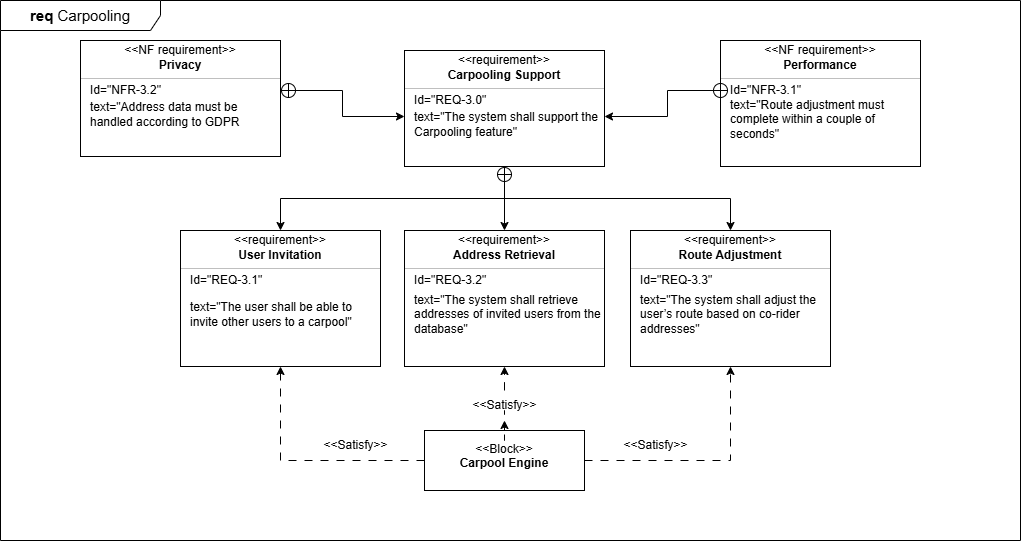
The draw.io diagram Diagrams/Requirement/Félix/Carpooling_requirement.png in luislamy/msp, before a commit. Source tidied: cells renumbered, new cells last; positions are measured from the earlier drawing's top-left corner, leaving out a move shared by most shapes.
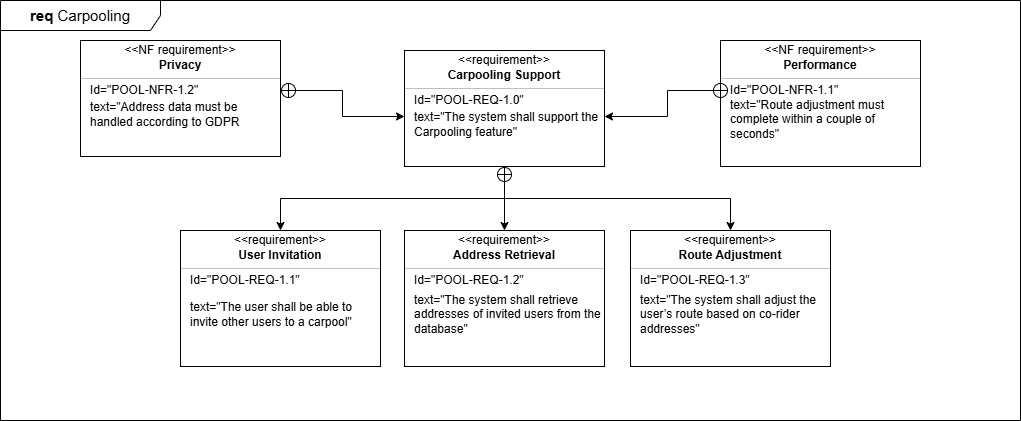
The same file after the commit.

What changed in the source:
```diff
@@ -3,7 +3,7 @@
     <mxCell id="0" />
     <mxCell id="1" parent="0" />
     <mxCell id="2" value="&lt;font style=&quot;font-size: 15px;&quot;&gt;&lt;b style=&quot;&quot;&gt;req &lt;/b&gt;Carpooling&lt;/font&gt;" style="shape=umlFrame;whiteSpace=wrap;html=1;width=160;" parent="1" vertex="1">
-      <mxGeometry width="1020" height="540" as="geometry" />
+      <mxGeometry width="1020" height="420" as="geometry" />
     </mxCell>
     <mxCell id="3" style="fontStyle=1;align=center;verticalAlign=middle;horizontal=1;" parent="2" vertex="1">
       <mxGeometry x="404" y="230" width="200" height="136" as="geometry" />
@@ -17,7 +17,7 @@
     <mxCell id="6" style="line;strokeWidth=0.25;fillColor=none;align=left;verticalAlign=middle;spacingTop=-1;spacingLeft=3;spacingRight=3;labelPosition=right;" parent="3" vertex="1">
       <mxGeometry y="34" width="200" height="8" as="geometry" />
     </mxCell>
-    <mxCell id="7" value="Id=&quot;&lt;span style=&quot;background-color: transparent;&quot;&gt;REQ-3.2&lt;/span&gt;&quot;" style="html=1;align=left;spacing=0;verticalAlign=middle;strokeColor=none;fillColor=none;whiteSpace=wrap;spacingLeft=10;" parent="3" vertex="1">
+    <mxCell id="7" value="Id=&quot;&lt;span style=&quot;color: rgb(0, 0, 0);&quot;&gt;POOL-&lt;/span&gt;&lt;span style=&quot;background-color: transparent;&quot;&gt;REQ-1.2&lt;/span&gt;&quot;" style="html=1;align=left;spacing=0;verticalAlign=middle;strokeColor=none;fillColor=none;whiteSpace=wrap;spacingLeft=10;" parent="3" vertex="1">
       <mxGeometry y="42" width="200" height="16" as="geometry" />
     </mxCell>
     <mxCell id="8" value="text=&quot;The system shall retrieve addresses of invited users from the database&quot;" style="html=1;align=left;spacing=0;verticalAlign=middle;strokeColor=none;fillColor=none;whiteSpace=wrap;spacingLeft=10;" parent="3" vertex="1">
@@ -38,7 +38,7 @@
     <mxCell id="13" style="line;strokeWidth=0.25;fillColor=none;align=left;verticalAlign=middle;spacingTop=-1;spacingLeft=3;spacingRight=3;labelPosition=right;" parent="10" vertex="1">
       <mxGeometry y="34" width="200" height="8" as="geometry" />
     </mxCell>
-    <mxCell id="14" value="Id=&quot;&lt;span style=&quot;background-color: transparent;&quot;&gt;REQ-3.3&lt;/span&gt;&quot;" style="html=1;align=left;spacing=0;verticalAlign=middle;strokeColor=none;fillColor=none;whiteSpace=wrap;spacingLeft=10;" parent="10" vertex="1">
+    <mxCell id="14" value="Id=&quot;&lt;span style=&quot;color: rgb(0, 0, 0);&quot;&gt;POOL-&lt;/span&gt;&lt;span style=&quot;background-color: transparent;&quot;&gt;REQ-1.3&lt;/span&gt;&quot;" style="html=1;align=left;spacing=0;verticalAlign=middle;strokeColor=none;fillColor=none;whiteSpace=wrap;spacingLeft=10;" parent="10" vertex="1">
       <mxGeometry y="42" width="200" height="16" as="geometry" />
     </mxCell>
     <mxCell id="15" value="text=&quot;The system shall adjust the user’s route based on co-rider addresses&quot;" style="html=1;align=left;spacing=0;verticalAlign=middle;strokeColor=none;fillColor=none;whiteSpace=wrap;spacingLeft=10;" parent="10" vertex="1">
@@ -47,27 +47,6 @@
     <mxCell id="16" style="html=1;align=center;spacing=0;verticalAlign=middle;strokeColor=none;fillColor=none;whiteSpace=wrap;" parent="10" vertex="1">
       <mxGeometry y="110" width="200" height="26" as="geometry" />
     </mxCell>
-    <mxCell id="17" style="edgeStyle=orthogonalEdgeStyle;rounded=0;jettySize=auto;html=1;entryX=0.5;entryY=1;entryDx=0;entryDy=0;dashed=1;dashPattern=8 8;" parent="2" edge="1" source="21" target="9">
-      <mxGeometry relative="1" as="geometry" />
-    </mxCell>
-    <mxCell id="18" style="edgeStyle=orthogonalEdgeStyle;rounded=0;jettySize=auto;html=1;entryX=0.5;entryY=1;entryDx=0;entryDy=0;dashed=1;dashPattern=8 8;" parent="2" edge="1" source="19" target="16">
-      <mxGeometry relative="1" as="geometry" />
-    </mxCell>
-    <mxCell id="19" value="&lt;p&gt;&amp;lt;&amp;lt;Block&amp;gt;&amp;gt;&lt;br&gt;&lt;b&gt;Carpool Engine&lt;/b&gt;&lt;/p&gt;" style="shape=rect;html=1;overflow=fill;whiteSpace=wrap;align=center;" parent="2" vertex="1">
-      <mxGeometry x="424" y="430" width="160" height="60" as="geometry" />
-    </mxCell>
-    <mxCell id="20" value="&amp;lt;&amp;lt;Satisfy&amp;gt;&amp;gt;" style="text;html=1;align=center;verticalAlign=middle;strokeColor=none;fillColor=none;" parent="2" vertex="1">
-      <mxGeometry x="310" y="430" width="90" height="30" as="geometry" />
-    </mxCell>
-    <mxCell id="21" value="&amp;lt;&amp;lt;Satisfy&amp;gt;&amp;gt;" style="text;html=1;align=center;verticalAlign=middle;points=[];strokeColor=none;fillColor=none;" parent="2" vertex="1">
-      <mxGeometry x="459" y="390" width="90" height="30" as="geometry" />
-    </mxCell>
-    <mxCell id="22" style="edgeStyle=orthogonalEdgeStyle;rounded=0;jettySize=auto;html=1;entryX=0.5;entryY=1;entryDx=0;entryDy=0;dashed=1;dashPattern=8 8;" parent="2" edge="1" source="19" target="21">
-      <mxGeometry relative="1" as="geometry" />
-    </mxCell>
-    <mxCell id="23" value="&amp;lt;&amp;lt;Satisfy&amp;gt;&amp;gt;" style="text;html=1;align=center;verticalAlign=middle;strokeColor=none;fillColor=none;" parent="2" vertex="1">
-      <mxGeometry x="610" y="430" width="90" height="30" as="geometry" />
-    </mxCell>
     <mxCell id="24" style="fontStyle=1;align=center;verticalAlign=middle;horizontal=1;" parent="1" vertex="1">
       <mxGeometry x="404" y="50" width="200" height="116" as="geometry" />
     </mxCell>
@@ -80,7 +59,7 @@
     <mxCell id="27" style="line;strokeWidth=0.25;fillColor=none;align=left;verticalAlign=middle;spacingTop=-1;spacingLeft=3;spacingRight=3;labelPosition=right;" parent="24" vertex="1">
       <mxGeometry y="34" width="200" height="8" as="geometry" />
     </mxCell>
-    <mxCell id="28" value="Id=&quot;&lt;span style=&quot;background-color: transparent;&quot;&gt;REQ-3.0&lt;/span&gt;&quot;" style="html=1;align=left;spacing=0;verticalAlign=middle;strokeColor=none;fillColor=none;whiteSpace=wrap;spacingLeft=10;" parent="24" vertex="1">
+    <mxCell id="28" value="Id=&quot;POOL-&lt;span style=&quot;background-color: transparent;&quot;&gt;REQ-1.0&lt;/span&gt;&quot;" style="html=1;align=left;spacing=0;verticalAlign=middle;strokeColor=none;fillColor=none;whiteSpace=wrap;spacingLeft=10;" parent="24" vertex="1">
       <mxGeometry y="42" width="200" height="16" as="geometry" />
     </mxCell>
     <mxCell id="29" value="text=&quot;The system shall support the Carpooling feature&quot;" style="html=1;align=left;spacing=0;verticalAlign=middle;strokeColor=none;fillColor=none;whiteSpace=wrap;spacingLeft=10;" parent="24" vertex="1">
@@ -101,7 +80,7 @@
     <mxCell id="34" style="line;strokeWidth=0.25;fillColor=none;align=left;verticalAlign=middle;spacingTop=-1;spacingLeft=3;spacingRight=3;labelPosition=right;" parent="31" vertex="1">
       <mxGeometry y="34" width="200" height="8" as="geometry" />
     </mxCell>
-    <mxCell id="35" value="Id=&quot;&lt;span style=&quot;background-color: transparent;&quot;&gt;REQ-3.1&lt;/span&gt;&quot;" style="html=1;align=left;spacing=0;verticalAlign=middle;strokeColor=none;fillColor=none;whiteSpace=wrap;spacingLeft=10;" parent="31" vertex="1">
+    <mxCell id="35" value="Id=&quot;&lt;span style=&quot;color: rgb(0, 0, 0);&quot;&gt;POOL-&lt;/span&gt;&lt;span style=&quot;background-color: transparent;&quot;&gt;REQ-1.1&lt;/span&gt;&quot;" style="html=1;align=left;spacing=0;verticalAlign=middle;strokeColor=none;fillColor=none;whiteSpace=wrap;spacingLeft=10;" parent="31" vertex="1">
       <mxGeometry y="42" width="200" height="16" as="geometry" />
     </mxCell>
     <mxCell id="36" value="text=&quot;The user shall be able to invite other users to a carpool&quot;" style="html=1;align=left;spacing=0;verticalAlign=middle;strokeColor=none;fillColor=none;whiteSpace=wrap;spacingLeft=10;" parent="31" vertex="1">
@@ -131,7 +110,7 @@
     <mxCell id="44" style="line;strokeWidth=0.25;fillColor=none;align=left;verticalAlign=middle;spacingTop=-1;spacingLeft=3;spacingRight=3;labelPosition=right;" parent="41" vertex="1">
       <mxGeometry y="34" width="200" height="8" as="geometry" />
     </mxCell>
-    <mxCell id="45" value="Id=&quot;&lt;span style=&quot;background-color: transparent;&quot;&gt;NFR-3.1&lt;/span&gt;&quot;" style="html=1;align=left;spacing=0;verticalAlign=middle;strokeColor=none;fillColor=none;whiteSpace=wrap;spacingLeft=10;" parent="41" vertex="1">
+    <mxCell id="45" value="Id=&quot;&lt;span style=&quot;color: rgb(0, 0, 0);&quot;&gt;POOL-&lt;/span&gt;&lt;span style=&quot;background-color: transparent;&quot;&gt;NFR-1.1&lt;/span&gt;&quot;" style="html=1;align=left;spacing=0;verticalAlign=middle;strokeColor=none;fillColor=none;whiteSpace=wrap;spacingLeft=10;" parent="41" vertex="1">
       <mxGeometry y="42" width="200" height="16" as="geometry" />
     </mxCell>
     <mxCell id="46" value="text=&quot;&lt;span style=&quot;background-color: transparent;&quot;&gt;Route adjustment must complete within a couple of seconds&lt;/span&gt;&lt;span style=&quot;background-color: transparent; color: light-dark(rgb(0, 0, 0), rgb(255, 255, 255));&quot;&gt;&quot;&lt;/span&gt;" style="html=1;align=left;spacing=0;verticalAlign=middle;strokeColor=none;fillColor=none;whiteSpace=wrap;spacingLeft=10;" parent="41" vertex="1">
@@ -152,7 +131,7 @@
     <mxCell id="51" style="line;strokeWidth=0.25;fillColor=none;align=left;verticalAlign=middle;spacingTop=-1;spacingLeft=3;spacingRight=3;labelPosition=right;" parent="48" vertex="1">
       <mxGeometry y="34" width="200" height="8" as="geometry" />
     </mxCell>
-    <mxCell id="52" value="Id=&quot;&lt;span style=&quot;background-color: transparent;&quot;&gt;NFR-3.2&lt;/span&gt;&quot;" style="html=1;align=left;spacing=0;verticalAlign=middle;strokeColor=none;fillColor=none;whiteSpace=wrap;spacingLeft=10;" parent="48" vertex="1">
+    <mxCell id="52" value="Id=&quot;&lt;span style=&quot;color: rgb(0, 0, 0);&quot;&gt;POOL-&lt;/span&gt;&lt;span style=&quot;background-color: transparent;&quot;&gt;NFR-1.2&lt;/span&gt;&quot;" style="html=1;align=left;spacing=0;verticalAlign=middle;strokeColor=none;fillColor=none;whiteSpace=wrap;spacingLeft=10;" parent="48" vertex="1">
       <mxGeometry y="42" width="200" height="16" as="geometry" />
     </mxCell>
     <mxCell id="53" value="text=&quot;&lt;span style=&quot;background-color: transparent;&quot;&gt;Address data must be handled according to GDPR&lt;font color=&quot;rgba(0, 0, 0, 0)&quot;&gt;&quot;&lt;/font&gt;&lt;/span&gt;" style="html=1;align=left;spacing=0;verticalAlign=middle;strokeColor=none;fillColor=none;whiteSpace=wrap;spacingLeft=10;" parent="48" vertex="1">
@@ -173,8 +152,5 @@
         </Array>
       </mxGeometry>
     </mxCell>
-    <mxCell id="57" style="edgeStyle=orthogonalEdgeStyle;rounded=0;jettySize=auto;html=1;entryX=0.5;entryY=1;entryDx=0;entryDy=0;dashed=1;dashPattern=8 8;" parent="1" edge="1" source="19" target="37">
-      <mxGeometry relative="1" as="geometry" />
-    </mxCell>
   </root>
 </mxGraphModel>
```
